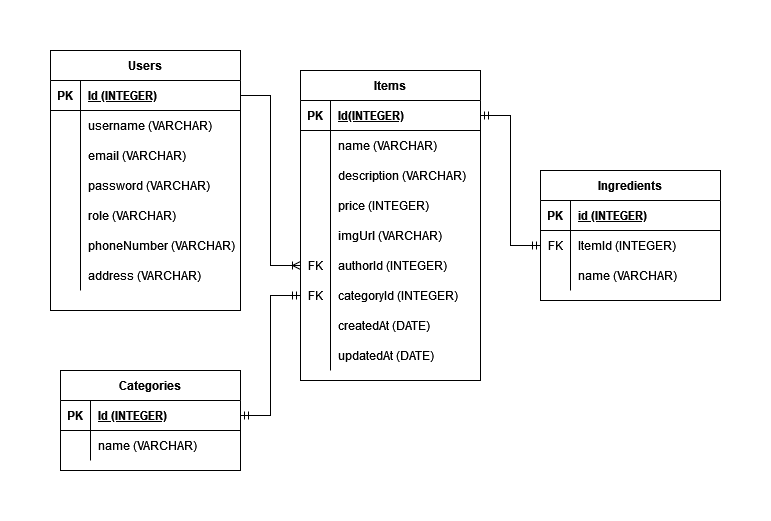
Above: ERD_subwhy.png in mfachrulph21/Subway-Website-App (draw.io), before the change. Source tidied: cells renumbered, new cells last; positions are measured from the earlier drawing's top-left corner, leaving out a move shared by most shapes.
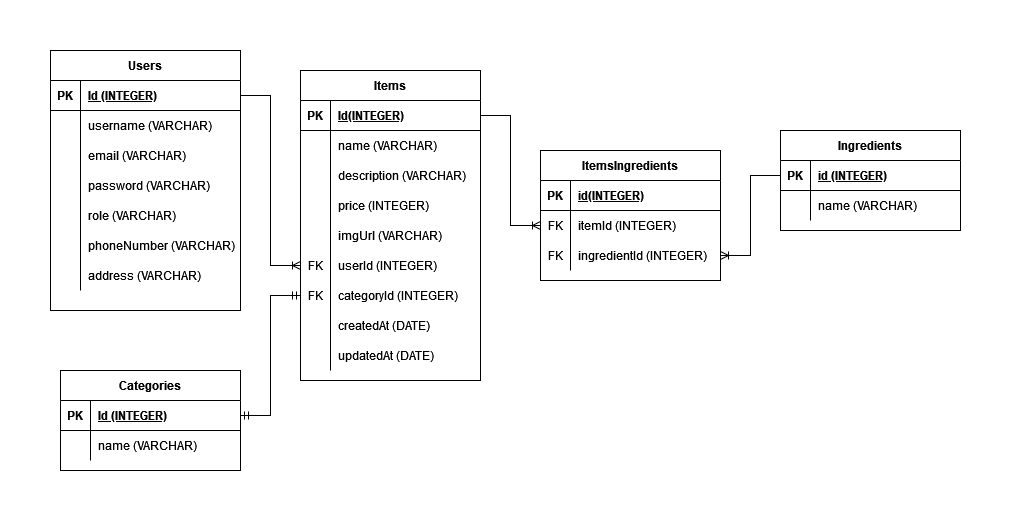
The same file after the commit.

What changed in the source:
```diff
@@ -122,7 +122,7 @@
     <mxCell id="41" value="FK" style="shape=partialRectangle;fillColor=none;top=0;left=0;bottom=0;right=0;overflow=hidden;" parent="40" vertex="1">
       <mxGeometry width="30" height="30" as="geometry" />
     </mxCell>
-    <mxCell id="42" value="authorId (INTEGER)" style="shape=partialRectangle;fillColor=none;top=0;left=0;bottom=0;right=0;align=left;spacingLeft=6;overflow=hidden;" parent="40" vertex="1">
+    <mxCell id="42" value="userId (INTEGER)" style="shape=partialRectangle;fillColor=none;top=0;left=0;bottom=0;right=0;align=left;spacingLeft=6;overflow=hidden;" parent="40" vertex="1">
       <mxGeometry x="30" width="150" height="30" as="geometry" />
     </mxCell>
     <mxCell id="43" style="shape=tableRow;horizontal=0;startSize=0;swimlaneHead=0;swimlaneBody=0;fillColor=none;points=[[0,0.5],[1,0.5]];portConstraint=eastwest;top=0;left=0;right=0;bottom=0;" parent="24" vertex="1">
@@ -180,7 +180,7 @@
       <mxGeometry relative="1" as="geometry" />
     </mxCell>
     <mxCell id="61" value="Ingredients" style="shape=table;startSize=30;rowLines=0;fontStyle=1;align=center;" parent="1" vertex="1">
-      <mxGeometry x="490" y="120" width="180" height="130" as="geometry" />
+      <mxGeometry x="730" y="80" width="180" height="100" as="geometry" />
     </mxCell>
     <mxCell id="62" style="shape=tableRow;horizontal=0;startSize=0;swimlaneHead=0;swimlaneBody=0;fillColor=none;points=[[0,0.5],[1,0.5]];portConstraint=eastwest;top=0;left=0;right=0;bottom=1;" parent="61" vertex="1">
       <mxGeometry y="30" width="180" height="30" as="geometry" />
@@ -191,17 +191,8 @@
     <mxCell id="64" value="id (INTEGER)" style="shape=partialRectangle;fillColor=none;top=0;left=0;bottom=0;right=0;align=left;spacingLeft=6;fontStyle=5;overflow=hidden;" parent="62" vertex="1">
       <mxGeometry x="30" width="150" height="30" as="geometry" />
     </mxCell>
-    <mxCell id="65" style="shape=tableRow;horizontal=0;startSize=0;swimlaneHead=0;swimlaneBody=0;fillColor=none;points=[[0,0.5],[1,0.5]];portConstraint=eastwest;top=0;left=0;right=0;bottom=0;" parent="61" vertex="1">
-      <mxGeometry y="60" width="180" height="30" as="geometry" />
-    </mxCell>
-    <mxCell id="66" value="FK" style="shape=partialRectangle;fillColor=none;top=0;left=0;bottom=0;right=0;overflow=hidden;" parent="65" vertex="1">
-      <mxGeometry width="30" height="30" as="geometry" />
-    </mxCell>
-    <mxCell id="67" value="ItemId (INTEGER)" style="shape=partialRectangle;fillColor=none;top=0;left=0;bottom=0;right=0;align=left;spacingLeft=6;overflow=hidden;" parent="65" vertex="1">
-      <mxGeometry x="30" width="150" height="30" as="geometry" />
-    </mxCell>
     <mxCell id="68" style="shape=tableRow;horizontal=0;startSize=0;swimlaneHead=0;swimlaneBody=0;fillColor=none;top=0;left=0;right=0;bottom=0;" parent="61" vertex="1">
-      <mxGeometry y="90" width="180" height="30" as="geometry" />
+      <mxGeometry y="60" width="180" height="30" as="geometry" />
     </mxCell>
     <mxCell id="69" style="shape=partialRectangle;fillColor=none;top=0;left=0;bottom=0;right=0;overflow=hidden;" parent="68" vertex="1">
       <mxGeometry width="30" height="30" as="geometry" />
@@ -209,7 +200,40 @@
     <mxCell id="70" value="name (VARCHAR)" style="shape=partialRectangle;fillColor=none;top=0;left=0;bottom=0;right=0;align=left;spacingLeft=6;overflow=hidden;" parent="68" vertex="1">
       <mxGeometry x="30" width="150" height="30" as="geometry" />
     </mxCell>
+    <mxCell id="72" value="ItemsIngredients" style="shape=table;startSize=30;rowLines=0;fontStyle=1;align=center;" parent="1" vertex="1">
+      <mxGeometry x="490" y="100" width="180" height="130" as="geometry" />
+    </mxCell>
+    <mxCell id="73" style="shape=tableRow;horizontal=0;startSize=0;swimlaneHead=0;swimlaneBody=0;fillColor=none;top=0;left=0;right=0;bottom=1;" parent="72" vertex="1">
+      <mxGeometry y="30" width="180" height="30" as="geometry" />
+    </mxCell>
+    <mxCell id="74" value="PK" style="shape=partialRectangle;fillColor=none;top=0;left=0;bottom=0;right=0;fontStyle=1;overflow=hidden;" parent="73" vertex="1">
+      <mxGeometry width="30" height="30" as="geometry" />
+    </mxCell>
+    <mxCell id="75" value="id(INTEGER)" style="shape=partialRectangle;fillColor=none;top=0;left=0;bottom=0;right=0;align=left;spacingLeft=6;fontStyle=5;overflow=hidden;" parent="73" vertex="1">
+      <mxGeometry x="30" width="150" height="30" as="geometry" />
+    </mxCell>
+    <mxCell id="65" style="shape=tableRow;horizontal=0;startSize=0;swimlaneHead=0;swimlaneBody=0;fillColor=none;points=[[0,0.5],[1,0.5]];portConstraint=eastwest;top=0;left=0;right=0;bottom=0;" parent="72" vertex="1">
+      <mxGeometry y="60" width="180" height="30" as="geometry" />
+    </mxCell>
+    <mxCell id="76" value="FK" style="shape=partialRectangle;fillColor=none;top=0;left=0;bottom=0;right=0;overflow=hidden;" parent="65" vertex="1">
+      <mxGeometry width="30" height="30" as="geometry" />
+    </mxCell>
+    <mxCell id="77" value="itemId (INTEGER)" style="shape=partialRectangle;fillColor=none;top=0;left=0;bottom=0;right=0;align=left;spacingLeft=6;overflow=hidden;" parent="65" vertex="1">
+      <mxGeometry x="30" width="150" height="30" as="geometry" />
+    </mxCell>
+    <mxCell id="78" style="shape=tableRow;horizontal=0;startSize=0;swimlaneHead=0;swimlaneBody=0;fillColor=none;points=[[0,0.5],[1,0.5]];portConstraint=eastwest;top=0;left=0;right=0;bottom=0;" parent="72" vertex="1">
+      <mxGeometry y="90" width="180" height="30" as="geometry" />
+    </mxCell>
+    <mxCell id="79" value="FK" style="shape=partialRectangle;fillColor=none;top=0;left=0;bottom=0;right=0;overflow=hidden;" parent="78" vertex="1">
+      <mxGeometry width="30" height="30" as="geometry" />
+    </mxCell>
+    <mxCell id="80" value="ingredientId (INTEGER)" style="shape=partialRectangle;fillColor=none;top=0;left=0;bottom=0;right=0;align=left;spacingLeft=6;overflow=hidden;" parent="78" vertex="1">
+      <mxGeometry x="30" width="150" height="30" as="geometry" />
+    </mxCell>
+    <mxCell id="81" style="edgeStyle=entityRelationEdgeStyle;fontSize=12;html=1;endArrow=ERoneToMany;rounded=0;exitX=0;exitY=0.5;exitDx=0;exitDy=0;entryX=1;entryY=0.5;entryDx=0;entryDy=0;" parent="1" edge="1" source="62" target="78">
+      <mxGeometry relative="1" as="geometry" />
+    </mxCell>
-    <mxCell id="71" style="edgeStyle=entityRelationEdgeStyle;fontSize=12;html=1;endArrow=ERmandOne;startArrow=ERmandOne;rounded=0;exitX=1;exitY=0.5;exitDx=0;exitDy=0;entryX=0;entryY=0.5;entryDx=0;entryDy=0;" parent="1" edge="1" source="25" target="65">
+    <mxCell id="71" style="edgeStyle=entityRelationEdgeStyle;fontSize=12;html=1;endArrow=ERoneToMany;rounded=0;exitX=1;exitY=0.5;exitDx=0;exitDy=0;entryX=0;entryY=0.5;entryDx=0;entryDy=0;" parent="1" edge="1" source="25" target="65">
       <mxGeometry relative="1" as="geometry" />
     </mxCell>
   </root>
```
